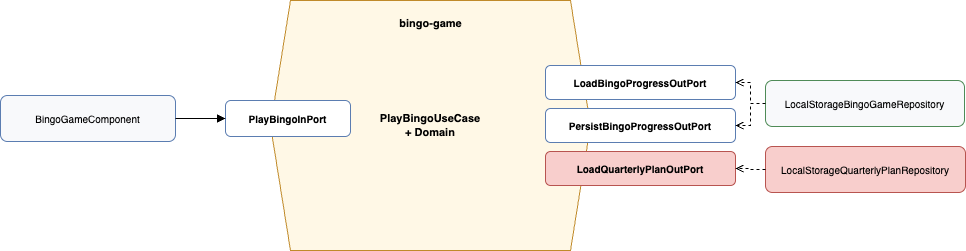
Earlier version of the draw.io export docs/diagrams/hexagon-bingo-game.png (flingoflux/knitting-quarterly-bingo). Source tidied: cells renumbered, new cells last; positions are measured from the earlier drawing's top-left corner, leaving out a move shared by most shapes.
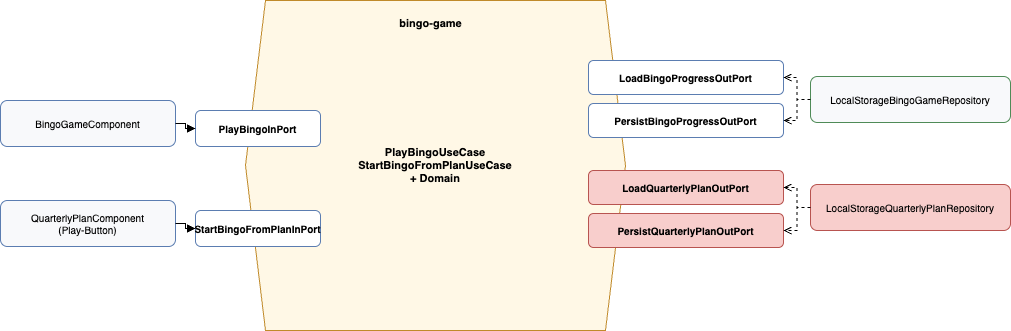
After the change.

Commit message:
arc42 refresh diagrams to reflect code refactoring

The edit, as a diff of the source:
```diff
@@ -2,36 +2,48 @@
   <root>
     <mxCell id="0" />
     <mxCell id="1" parent="0" />
-    <mxCell id="2" value="PlayBingoUseCase&#10;+ Domain" style="shape=hexagon;perimeter=hexagonPerimeter2;whiteSpace=wrap;html=1;fixedSize=1;fillColor=#fff8e6;strokeColor=#c08a2a;fontSize=11;fontStyle=1;" parent="1" vertex="1">
-      <mxGeometry x="270" width="320" height="250" as="geometry" />
+    <mxCell id="2" value="PlayBingoUseCase&#10;StartBingoFromPlanUseCase&#10;+ Domain" style="shape=hexagon;perimeter=hexagonPerimeter2;whiteSpace=wrap;html=1;fixedSize=1;fillColor=#fff8e6;strokeColor=#c08a2a;fontSize=11;fontStyle=1;" parent="1" vertex="1">
+      <mxGeometry x="225" y="-40" width="380" height="330" as="geometry" />
     </mxCell>
     <mxCell id="3" value="BingoGameComponent" style="rounded=1;whiteSpace=wrap;html=1;fillColor=#f8f9fb;strokeColor=#5b7db1;fontSize=10;" parent="1" vertex="1">
-      <mxGeometry y="95" width="175" height="46" as="geometry" />
+      <mxGeometry x="-20" y="60" width="175" height="46" as="geometry" />
     </mxCell>
+    <mxCell id="15" value="QuarterlyPlanComponent&#10;(Play-Button)" style="rounded=1;whiteSpace=wrap;html=1;fillColor=#f8f9fb;strokeColor=#5b7db1;fontSize=10;" parent="1" vertex="1">
+      <mxGeometry x="-20" y="160" width="175" height="46" as="geometry" />
+    </mxCell>
     <mxCell id="4" value="PlayBingoInPort" style="rounded=1;whiteSpace=wrap;html=1;fillColor=#ffffff;strokeColor=#5b7db1;fontSize=10;fontStyle=1;" parent="1" vertex="1">
-      <mxGeometry x="225" y="100" width="125" height="36" as="geometry" />
+      <mxGeometry x="175" y="70" width="125" height="36" as="geometry" />
     </mxCell>
+    <mxCell id="16" value="StartBingoFromPlanInPort" style="rounded=1;whiteSpace=wrap;html=1;fillColor=#ffffff;strokeColor=#5b7db1;fontSize=10;fontStyle=1;" parent="1" vertex="1">
+      <mxGeometry x="175" y="170" width="125" height="36" as="geometry" />
+    </mxCell>
     <mxCell id="5" value="bingo-game" style="text;html=1;fontSize=11;fontStyle=1;align=center;" parent="1" vertex="1">
-      <mxGeometry x="370" y="10" width="120" height="20" as="geometry" />
+      <mxGeometry x="350" y="-30" width="120" height="20" as="geometry" />
     </mxCell>
     <mxCell id="6" value="LoadBingoProgressOutPort" style="rounded=1;whiteSpace=wrap;html=1;fillColor=#ffffff;strokeColor=#5b7db1;fontSize=10;fontStyle=1;" parent="1" vertex="1">
-      <mxGeometry x="545" y="65" width="190" height="34" as="geometry" />
+      <mxGeometry x="568" y="20" width="195" height="34" as="geometry" />
     </mxCell>
     <mxCell id="7" value="PersistBingoProgressOutPort" style="rounded=1;whiteSpace=wrap;html=1;fillColor=#ffffff;strokeColor=#5b7db1;fontSize=10;fontStyle=1;" parent="1" vertex="1">
-      <mxGeometry x="545" y="108" width="190" height="34" as="geometry" />
+      <mxGeometry x="568" y="63" width="195" height="34" as="geometry" />
     </mxCell>
     <mxCell id="8" value="LoadQuarterlyPlanOutPort" style="rounded=1;whiteSpace=wrap;html=1;fillColor=#f8cecc;strokeColor=#b85450;fontSize=10;fontStyle=1;" parent="1" vertex="1">
-      <mxGeometry x="545" y="151" width="190" height="34" as="geometry" />
+      <mxGeometry x="568" y="130" width="195" height="34" as="geometry" />
     </mxCell>
+    <mxCell id="17" value="PersistQuarterlyPlanOutPort" style="rounded=1;whiteSpace=wrap;html=1;fillColor=#f8cecc;strokeColor=#b85450;fontSize=10;fontStyle=1;" parent="1" vertex="1">
+      <mxGeometry x="568" y="173" width="195" height="34" as="geometry" />
+    </mxCell>
     <mxCell id="9" value="LocalStorageBingoGameRepository" style="rounded=1;whiteSpace=wrap;html=1;fillColor=#f8f9fb;strokeColor=#4f8b57;fontSize=10;" parent="1" vertex="1">
-      <mxGeometry x="765" y="80" width="199" height="46" as="geometry" />
+      <mxGeometry x="790" y="36" width="200" height="46" as="geometry" />
     </mxCell>
     <mxCell id="10" value="LocalStorageQuarterlyPlanRepository" style="rounded=1;whiteSpace=wrap;html=1;fillColor=#f8cecc;strokeColor=#b85450;fontSize=10;" parent="1" vertex="1">
-      <mxGeometry x="765" y="146" width="200" height="46" as="geometry" />
+      <mxGeometry x="790" y="144" width="200" height="46" as="geometry" />
     </mxCell>
     <mxCell id="11" style="edgeStyle=orthogonalEdgeStyle;rounded=0;endArrow=block;endFill=1;" parent="1" edge="1" source="3" target="4">
       <mxGeometry relative="1" as="geometry" />
     </mxCell>
+    <mxCell id="18" style="edgeStyle=orthogonalEdgeStyle;rounded=0;endArrow=block;endFill=1;" parent="1" edge="1" source="15" target="16">
+      <mxGeometry relative="1" as="geometry" />
+    </mxCell>
     <mxCell id="12" style="edgeStyle=orthogonalEdgeStyle;rounded=0;dashed=1;endArrow=open;endFill=0;" parent="1" edge="1" source="9" target="6">
       <mxGeometry relative="1" as="geometry" />
     </mxCell>
@@ -41,5 +53,8 @@
     <mxCell id="14" style="edgeStyle=orthogonalEdgeStyle;rounded=0;dashed=1;endArrow=open;endFill=0;" parent="1" edge="1" source="10" target="8">
       <mxGeometry relative="1" as="geometry" />
     </mxCell>
+    <mxCell id="19" style="edgeStyle=orthogonalEdgeStyle;rounded=0;dashed=1;endArrow=open;endFill=0;" parent="1" edge="1" source="10" target="17">
+      <mxGeometry relative="1" as="geometry" />
+    </mxCell>
   </root>
 </mxGraphModel>
```
